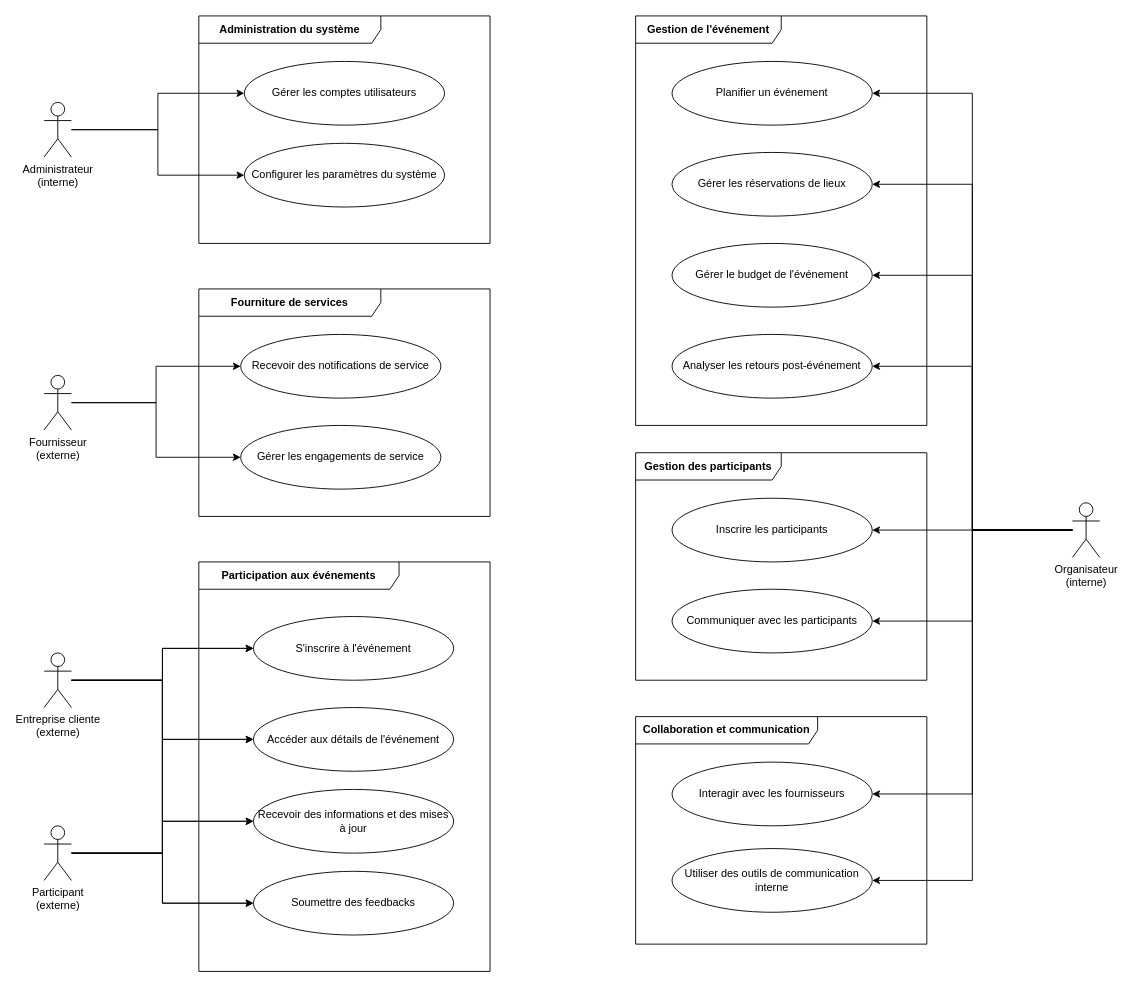
nicolasvauchenet/cours_methodologie_1 keeps this draw.io diagram as UML/Exercices/Correction/02a - Cas d'Utilisation - Diagramme.drawio. Above is the earlier version. Source tidied: cells renumbered, new cells numbered last; positions are measured from the earlier drawing's top-left corner, leaving out a move shared by most shapes. Both pictures are drawn from the tidied source at 91%, with x=0, y=0 at pixel (44, 15).
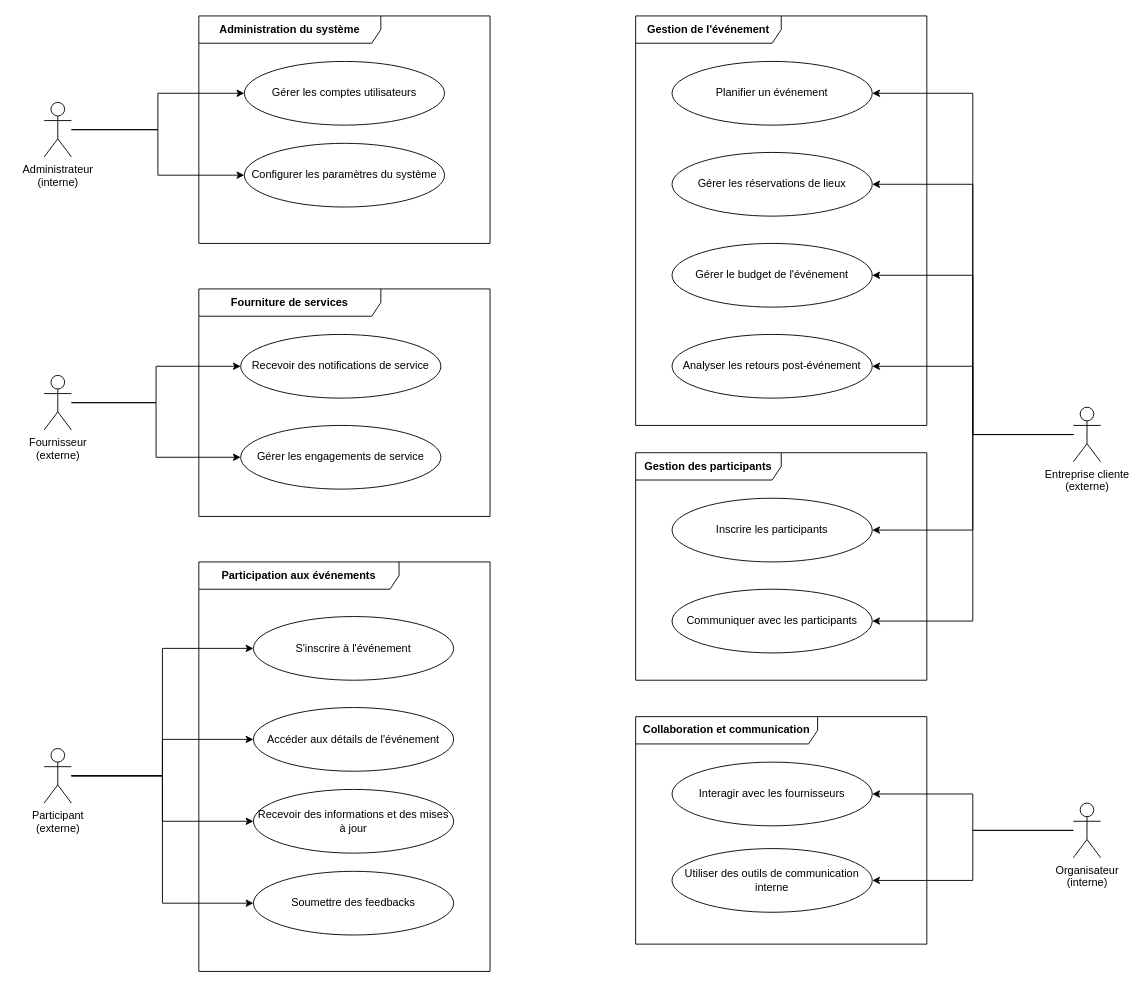
Above is the later version.

Commit message (it also covers changes not shown here):
Fix Use Case - Exercice a

Unchanged cells that the change refers to:
```xml
<mxCell id="32" value="Planifier un événement" style="ellipse;html=1;whiteSpace=wrap;" parent="31" vertex="1">
  <mxGeometry x="40" y="50" width="220" height="70" as="geometry" />
</mxCell>
<mxCell id="33" value="Gérer les réservations de lieux" style="ellipse;html=1;whiteSpace=wrap;" parent="31" vertex="1">
  <mxGeometry x="40" y="150" width="220" height="70" as="geometry" />
</mxCell>
<mxCell id="34" value="Analyser les retours post-événement" style="ellipse;html=1;whiteSpace=wrap;" parent="31" vertex="1">
  <mxGeometry x="40" y="350" width="220" height="70" as="geometry" />
</mxCell>
<mxCell id="35" value="Gérer le budget de l'événement" style="ellipse;html=1;whiteSpace=wrap;" parent="31" vertex="1">
  <mxGeometry x="40" y="250" width="220" height="70" as="geometry" />
</mxCell>
<mxCell id="37" value="Inscrire les participants" style="ellipse;html=1;whiteSpace=wrap;" parent="36" vertex="1">
  <mxGeometry x="40" y="50" width="220" height="70" as="geometry" />
</mxCell>
<mxCell id="38" value="Communiquer avec les participants" style="ellipse;html=1;whiteSpace=wrap;" parent="36" vertex="1">
  <mxGeometry x="40" y="150" width="220" height="70" as="geometry" />
</mxCell>
<mxCell id="44" value="Accéder aux détails de l'événement" style="ellipse;html=1;whiteSpace=wrap;" parent="43" vertex="1">
  <mxGeometry x="60" y="160" width="220" height="70" as="geometry" />
</mxCell>
<mxCell id="45" value="S'inscrire à l'événement" style="ellipse;html=1;whiteSpace=wrap;" parent="43" vertex="1">
  <mxGeometry x="60" y="60" width="220" height="70" as="geometry" />
</mxCell>
<mxCell id="46" value="Soumettre des feedbacks" style="ellipse;html=1;whiteSpace=wrap;" parent="43" vertex="1">
  <mxGeometry x="60" y="340" width="220" height="70" as="geometry" />
</mxCell>
<mxCell id="47" value="Recevoir des informations et des mises à jour" style="ellipse;html=1;whiteSpace=wrap;" parent="43" vertex="1">
  <mxGeometry x="60" y="250" width="220" height="70" as="geometry" />
</mxCell>
```

Diff of the diagram source:
```diff
@@
-    <mxCell id="5" style="edgeStyle=orthogonalEdgeStyle;rounded=0;jettySize=auto;html=1;entryX=1;entryY=0.5;entryDx=0;entryDy=0;" parent="1" edge="1" source="13" target="32">
-      <mxGeometry relative="1" as="geometry" />
-    </mxCell>
-    <mxCell id="6" style="edgeStyle=orthogonalEdgeStyle;rounded=0;jettySize=auto;html=1;entryX=1;entryY=0.5;entryDx=0;entryDy=0;" parent="1" edge="1" source="13" target="33">
-      <mxGeometry relative="1" as="geometry" />
-    </mxCell>
-    <mxCell id="7" style="edgeStyle=orthogonalEdgeStyle;rounded=0;jettySize=auto;html=1;entryX=1;entryY=0.5;entryDx=0;entryDy=0;" parent="1" edge="1" source="13" target="35">
-      <mxGeometry relative="1" as="geometry" />
-    </mxCell>
-    <mxCell id="8" style="edgeStyle=orthogonalEdgeStyle;rounded=0;jettySize=auto;html=1;entryX=1;entryY=0.5;entryDx=0;entryDy=0;" parent="1" edge="1" source="13" target="34">
-      <mxGeometry relative="1" as="geometry" />
-    </mxCell>
-    <mxCell id="9" style="edgeStyle=orthogonalEdgeStyle;rounded=0;jettySize=auto;html=1;entryX=1;entryY=0.5;entryDx=0;entryDy=0;" parent="1" edge="1" source="13" target="37">
-      <mxGeometry relative="1" as="geometry" />
-    </mxCell>
-    <mxCell id="10" style="edgeStyle=orthogonalEdgeStyle;rounded=0;jettySize=auto;html=1;entryX=1;entryY=0.5;entryDx=0;entryDy=0;" parent="1" edge="1" source="13" target="38">
-      <mxGeometry relative="1" as="geometry" />
-    </mxCell>
@@
     <mxCell id="13" value="Organisateur&lt;br&gt;(interne)" style="shape=umlActor;verticalLabelPosition=bottom;verticalAlign=top;html=1;outlineConnect=0;" parent="1" vertex="1">
-      <mxGeometry x="1130" y="535" width="30" height="60" as="geometry" />
+      <mxGeometry x="1131" y="865" width="30" height="60" as="geometry" />
     </mxCell>
-    <mxCell id="14" style="edgeStyle=orthogonalEdgeStyle;rounded=0;jettySize=auto;html=1;entryX=0;entryY=0.5;entryDx=0;entryDy=0;" parent="1" edge="1" source="18" target="45">
-      <mxGeometry relative="1" as="geometry" />
-    </mxCell>
-    <mxCell id="15" style="edgeStyle=orthogonalEdgeStyle;rounded=0;jettySize=auto;html=1;entryX=0;entryY=0.5;entryDx=0;entryDy=0;" parent="1" edge="1" source="18" target="44">
-      <mxGeometry relative="1" as="geometry" />
-    </mxCell>
-    <mxCell id="16" style="edgeStyle=orthogonalEdgeStyle;rounded=0;jettySize=auto;html=1;entryX=0;entryY=0.5;entryDx=0;entryDy=0;" parent="1" edge="1" source="18" target="46">
-      <mxGeometry relative="1" as="geometry" />
-    </mxCell>
-    <mxCell id="17" style="edgeStyle=orthogonalEdgeStyle;rounded=0;jettySize=auto;html=1;entryX=0;entryY=0.5;entryDx=0;entryDy=0;" parent="1" edge="1" source="18" target="47">
-      <mxGeometry relative="1" as="geometry" />
-    </mxCell>
+    <mxCell id="49" style="edgeStyle=orthogonalEdgeStyle;rounded=0;jettySize=auto;html=1;entryX=1;entryY=0.5;entryDx=0;entryDy=0;" parent="1" edge="1" source="18" target="32">
+      <mxGeometry relative="1" as="geometry" />
+    </mxCell>
+    <mxCell id="50" style="edgeStyle=orthogonalEdgeStyle;rounded=0;jettySize=auto;html=1;entryX=1;entryY=0.5;entryDx=0;entryDy=0;" parent="1" edge="1" source="18" target="33">
+      <mxGeometry relative="1" as="geometry" />
+    </mxCell>
+    <mxCell id="51" style="edgeStyle=orthogonalEdgeStyle;rounded=0;jettySize=auto;html=1;entryX=1;entryY=0.5;entryDx=0;entryDy=0;" parent="1" edge="1" source="18" target="35">
+      <mxGeometry relative="1" as="geometry" />
+    </mxCell>
+    <mxCell id="52" style="edgeStyle=orthogonalEdgeStyle;rounded=0;jettySize=auto;html=1;entryX=1;entryY=0.5;entryDx=0;entryDy=0;" parent="1" edge="1" source="18" target="34">
+      <mxGeometry relative="1" as="geometry" />
+    </mxCell>
+    <mxCell id="53" style="edgeStyle=orthogonalEdgeStyle;rounded=0;jettySize=auto;html=1;entryX=1;entryY=0.5;entryDx=0;entryDy=0;" parent="1" edge="1" source="18" target="37">
+      <mxGeometry relative="1" as="geometry" />
+    </mxCell>
+    <mxCell id="54" style="edgeStyle=orthogonalEdgeStyle;rounded=0;jettySize=auto;html=1;entryX=1;entryY=0.5;entryDx=0;entryDy=0;" parent="1" edge="1" source="18" target="38">
+      <mxGeometry relative="1" as="geometry" />
+    </mxCell>
     <mxCell id="18" value="Entreprise cliente&lt;br&gt;(externe)" style="shape=umlActor;verticalLabelPosition=bottom;verticalAlign=top;html=1;outlineConnect=0;" parent="1" vertex="1">
-      <mxGeometry y="700" width="30" height="60" as="geometry" />
+      <mxGeometry x="1131" y="430" width="30" height="60" as="geometry" />
     </mxCell>
@@
     <mxCell id="26" value="Participant&lt;div&gt;(externe)&lt;/div&gt;" style="shape=umlActor;verticalLabelPosition=bottom;verticalAlign=top;html=1;outlineConnect=0;" parent="1" vertex="1">
-      <mxGeometry y="890" width="30" height="60" as="geometry" />
+      <mxGeometry y="805" width="30" height="60" as="geometry" />
     </mxCell>
```
